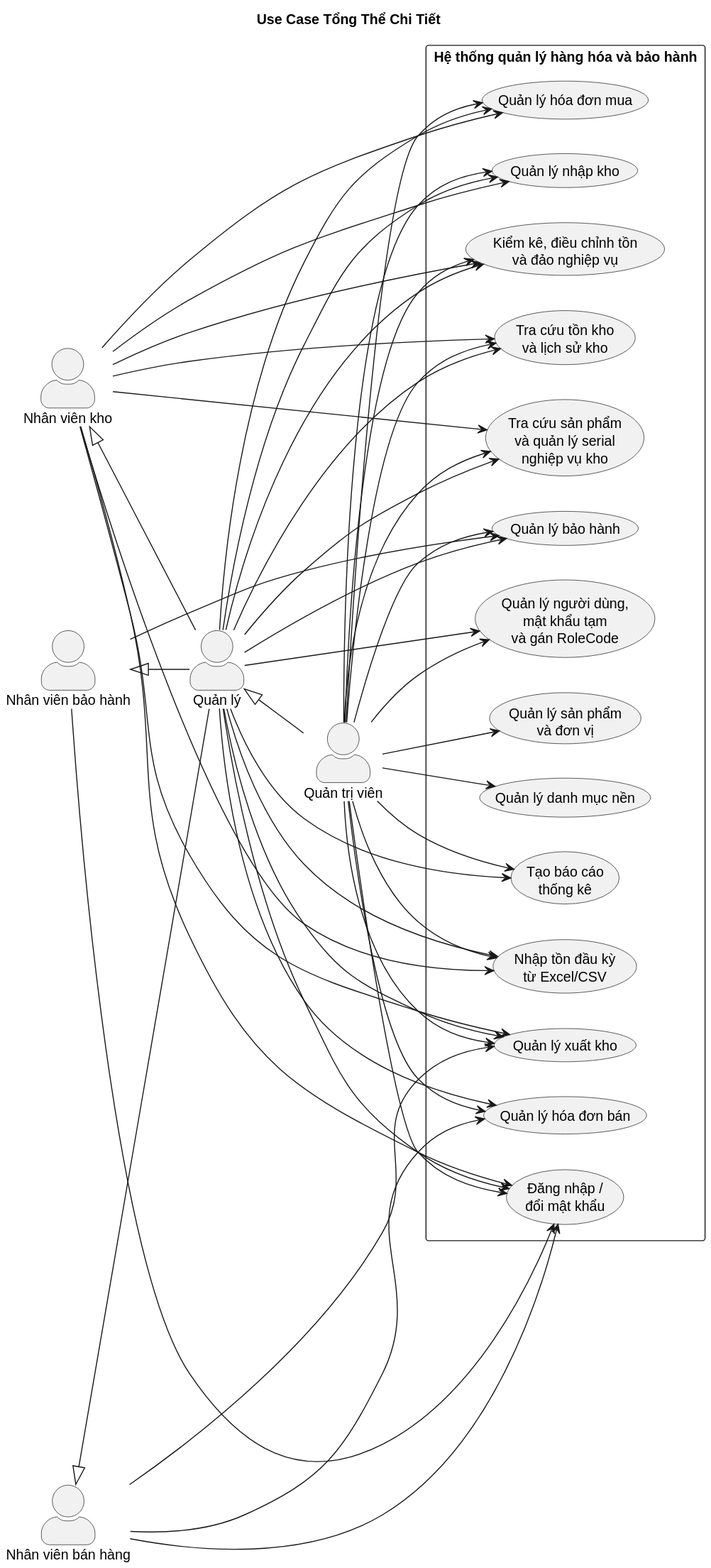
The PlantUML diagram Diagram/plantuml-svg/UseCase_TongThe.svg in TheGiver262/WarePro, before a commit. Its diagram source:
```plantuml
@startuml
title Use Case Tổng Thể Chi Tiết
left to right direction
skinparam packageStyle rectangle
skinparam actorStyle awesome
skinparam shadowing false

actor "Quản trị viên" as Admin
actor "Quản lý" as Manager
actor "Nhân viên kho" as Storekeeper
actor "Nhân viên bán hàng" as Salesman
actor "Nhân viên bảo hành" as Technician

Manager <|-- Admin
Storekeeper <|-- Manager
Salesman <|-- Manager
Technician <|-- Manager

rectangle "Hệ thống quản lý hàng hóa và bảo hành" {
  usecase "Đăng nhập /\nđổi mật khẩu" as UC1
  usecase "Quản lý xuất kho" as UC6
  usecase "Quản lý bảo hành" as UC10
  usecase "Quản lý sản phẩm\nvà đơn vị" as UC4A
  usecase "Tra cứu sản phẩm\nvà quản lý serial\nnghiệp vụ kho" as UC4B
  usecase "Quản lý nhập kho" as UC5
  usecase "Nhập tồn đầu kỳ\ntừ Excel/CSV" as UC5A
  usecase "Quản lý hóa đơn mua" as UC7
  usecase "Quản lý hóa đơn bán" as UC8
  usecase "Kiểm kê, điều chỉnh tồn\nvà đảo nghiệp vụ" as UC9
  usecase "Tra cứu tồn kho\nvà lịch sử kho" as UC11
  usecase "Tạo báo cáo\nthống kê" as UC14
  usecase "Quản lý người dùng,\nmật khẩu tạm\nvà gán RoleCode" as UC2
  usecase "Quản lý danh mục nền" as UC3
}

Admin --> UC2
Admin --> UC3
Admin --> UC1
Admin --> UC4A
Admin --> UC4B
Admin --> UC5
Admin --> UC5A
Admin --> UC6
Admin --> UC7
Admin --> UC8
Admin --> UC9
Admin --> UC10
Admin --> UC11
Admin --> UC14
Manager --> UC1
Manager --> UC2
Manager --> UC4B
Manager --> UC5
Manager --> UC5A
Manager --> UC6
Manager --> UC7
Manager --> UC8
Manager --> UC9
Manager --> UC10
Manager --> UC11
Manager --> UC14
Storekeeper --> UC1
Storekeeper --> UC4B
Storekeeper --> UC5
Storekeeper --> UC5A
Storekeeper --> UC6
Storekeeper --> UC7
Storekeeper --> UC9
Storekeeper --> UC11
Salesman --> UC1
Salesman --> UC6
Salesman --> UC8
Technician --> UC1
Technician --> UC10
@enduml
```
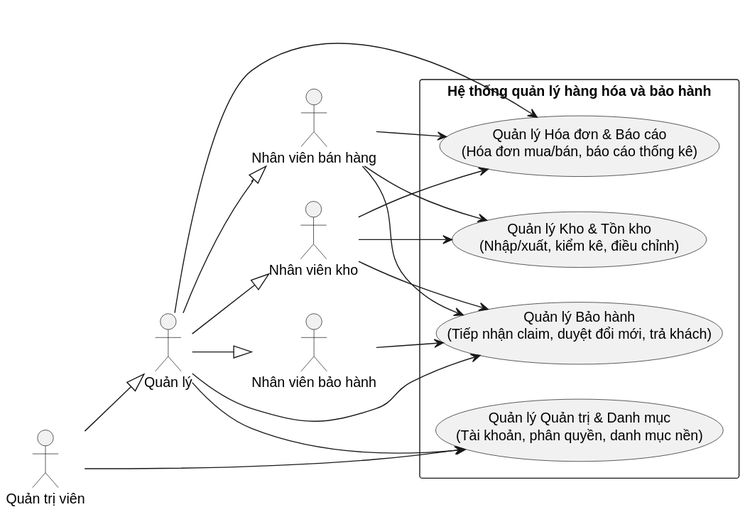
After the change.

What changed in the source:
```diff
@@ -1,9 +1,6 @@
 @startuml
-title Use Case Tổng Thể Chi Tiết
 left to right direction
-skinparam packageStyle rectangle
-skinparam actorStyle awesome
-skinparam shadowing false
+skinparam packageStyle rect
 
 actor "Quản trị viên" as Admin
 actor "Quản lý" as Manager
@@ -11,65 +8,30 @@
 actor "Nhân viên bán hàng" as Salesman
 actor "Nhân viên bảo hành" as Technician
 
-Manager <|-- Admin
-Storekeeper <|-- Manager
-Salesman <|-- Manager
-Technician <|-- Manager
+Admin --|> Manager
+Manager --|> Storekeeper
+Manager --|> Salesman
+Manager --|> Technician
 
 rectangle "Hệ thống quản lý hàng hóa và bảo hành" {
-  usecase "Đăng nhập /\nđổi mật khẩu" as UC1
-  usecase "Quản lý xuất kho" as UC6
-  usecase "Quản lý bảo hành" as UC10
-  usecase "Quản lý sản phẩm\nvà đơn vị" as UC4A
-  usecase "Tra cứu sản phẩm\nvà quản lý serial\nnghiệp vụ kho" as UC4B
-  usecase "Quản lý nhập kho" as UC5
-  usecase "Nhập tồn đầu kỳ\ntừ Excel/CSV" as UC5A
-  usecase "Quản lý hóa đơn mua" as UC7
-  usecase "Quản lý hóa đơn bán" as UC8
-  usecase "Kiểm kê, điều chỉnh tồn\nvà đảo nghiệp vụ" as UC9
-  usecase "Tra cứu tồn kho\nvà lịch sử kho" as UC11
-  usecase "Tạo báo cáo\nthống kê" as UC14
-  usecase "Quản lý người dùng,\nmật khẩu tạm\nvà gán RoleCode" as UC2
-  usecase "Quản lý danh mục nền" as UC3
+    usecase "Quản lý Quản trị & Danh mục\n(Tài khoản, phân quyền, danh mục nền)" as UC_AdminCatalog
+    usecase "Quản lý Kho & Tồn kho\n(Nhập/xuất, kiểm kê, điều chỉnh)" as UC_Inventory
+    usecase "Quản lý Hóa đơn & Báo cáo\n(Hóa đơn mua/bán, báo cáo thống kê)" as UC_InvoicingReport
+    usecase "Quản lý Bảo hành\n(Tiếp nhận claim, duyệt đổi mới, trả khách)" as UC_Warranty
 }
 
-Admin --> UC2
-Admin --> UC3
-Admin --> UC1
-Admin --> UC4A
-Admin --> UC4B
-Admin --> UC5
-Admin --> UC5A
-Admin --> UC6
-Admin --> UC7
-Admin --> UC8
-Admin --> UC9
-Admin --> UC10
-Admin --> UC11
-Admin --> UC14
-Manager --> UC1
-Manager --> UC2
-Manager --> UC4B
-Manager --> UC5
-Manager --> UC5A
-Manager --> UC6
-Manager --> UC7
-Manager --> UC8
-Manager --> UC9
-Manager --> UC10
-Manager --> UC11
-Manager --> UC14
-Storekeeper --> UC1
-Storekeeper --> UC4B
-Storekeeper --> UC5
-Storekeeper --> UC5A
-Storekeeper --> UC6
-Storekeeper --> UC7
-Storekeeper --> UC9
-Storekeeper --> UC11
-Salesman --> UC1
-Salesman --> UC6
-Salesman --> UC8
-Technician --> UC1
-Technician --> UC10
+Admin --> UC_AdminCatalog
+Manager --> UC_AdminCatalog
+
+Storekeeper --> UC_Inventory
+Salesman --> UC_Inventory
+
+Storekeeper --> UC_InvoicingReport
+Salesman --> UC_InvoicingReport
+Manager --> UC_InvoicingReport
+
+Technician --> UC_Warranty
+Storekeeper --> UC_Warranty
+Salesman --> UC_Warranty
+Manager --> UC_Warranty
 @enduml
```
